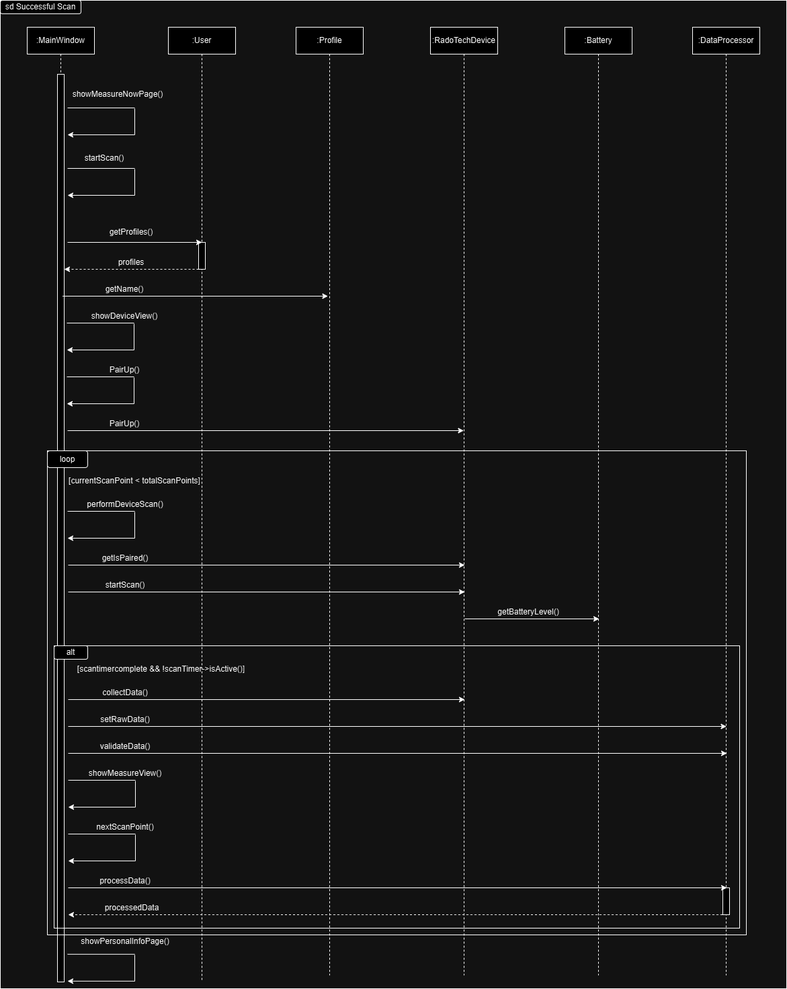
This is Sequence Diagrams/Successful_Scan.png from abdelshafei/Team26RaDoTechSimulation, a draw.io export, as it was before one commit. Source tidied: cells renumbered, new cells last; positions are measured from the earlier drawing's top-left corner, leaving out a move shared by most shapes.
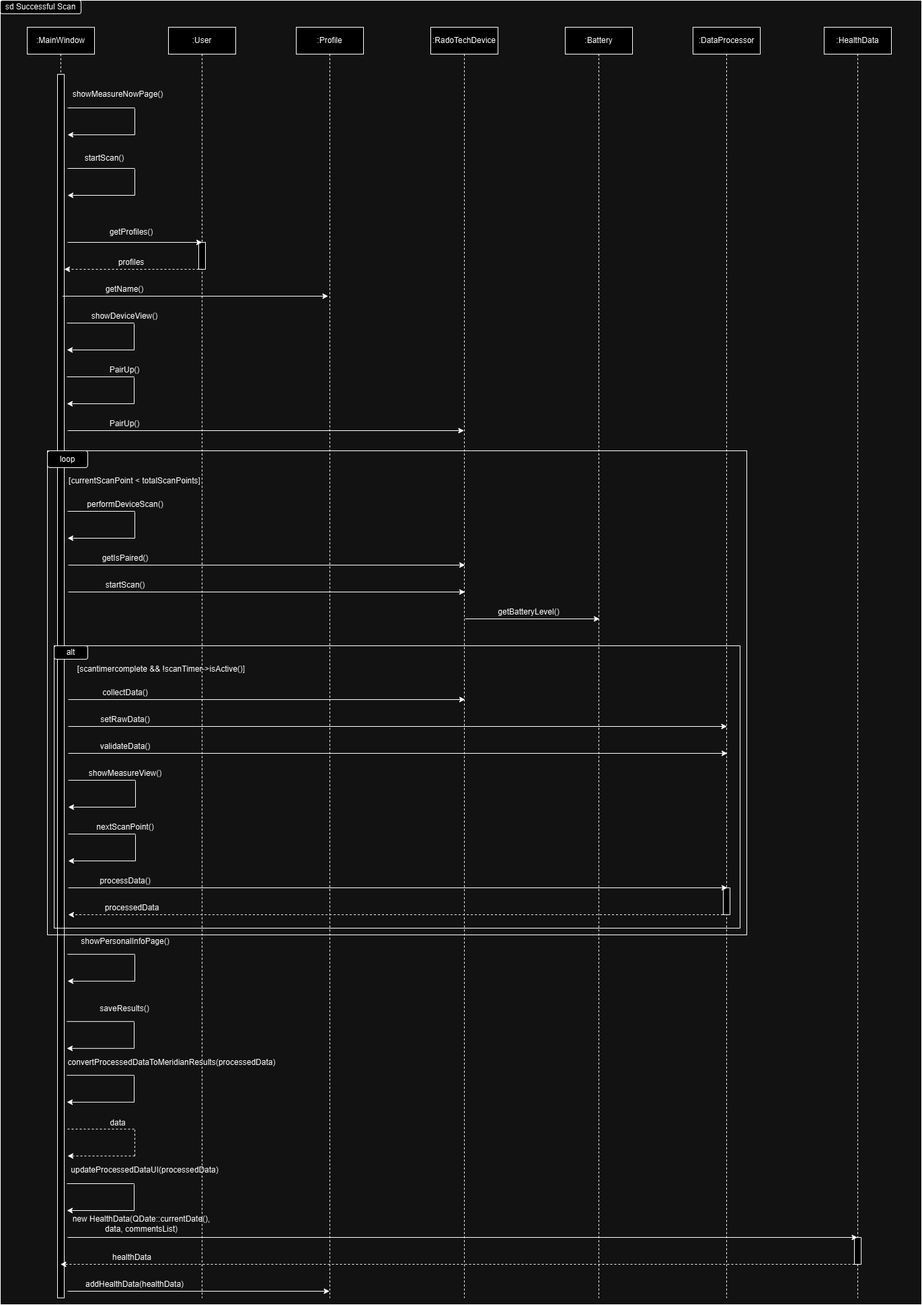
After the change.

Commit message:
Updated Succ Scan

Change to the diagram source:
```diff
@@ -3,13 +3,13 @@
     <mxCell id="0" />
     <mxCell id="1" parent="0" />
     <mxCell id="2" value=":MainWindow" style="shape=umlLifeline;perimeter=lifelinePerimeter;whiteSpace=wrap;html=1;outlineConnect=0;portConstraint=eastwest;newEdgeStyle={&quot;edgeStyle&quot;:&quot;elbowEdgeStyle&quot;,&quot;elbow&quot;:&quot;vertical&quot;,&quot;curved&quot;:0,&quot;rounded&quot;:0};" parent="1" vertex="1">
-      <mxGeometry x="40" y="40" width="100" height="1420" as="geometry" />
+      <mxGeometry x="40" y="40" width="100" height="1890" as="geometry" />
     </mxCell>
     <mxCell id="3" style="html=1;perimeter=orthogonalPerimeter;targetShapes=umlLifeline;newEdgeStyle={&quot;edgeStyle&quot;:&quot;elbowEdgeStyle&quot;,&quot;elbow&quot;:&quot;vertical&quot;,&quot;curved&quot;:0,&quot;rounded&quot;:0};" parent="2" vertex="1">
-      <mxGeometry x="45" y="70" width="10" height="1350" as="geometry" />
+      <mxGeometry x="45" y="70" width="10" height="1820" as="geometry" />
     </mxCell>
     <mxCell id="4" value=":User" style="shape=umlLifeline;perimeter=lifelinePerimeter;whiteSpace=wrap;html=1;newEdgeStyle={&quot;edgeStyle&quot;:&quot;elbowEdgeStyle&quot;,&quot;elbow&quot;:&quot;vertical&quot;,&quot;curved&quot;:0,&quot;rounded&quot;:0};" parent="1" vertex="1">
-      <mxGeometry x="250" y="40" width="100" height="1420" as="geometry" />
+      <mxGeometry x="250" y="40" width="100" height="1890" as="geometry" />
     </mxCell>
     <mxCell id="5" style="html=1;perimeter=orthogonalPerimeter;targetShapes=umlLifeline;newEdgeStyle={&quot;edgeStyle&quot;:&quot;elbowEdgeStyle&quot;,&quot;elbow&quot;:&quot;vertical&quot;,&quot;curved&quot;:0,&quot;rounded&quot;:0};" parent="4" vertex="1">
       <mxGeometry x="45" y="320" width="10" height="40" as="geometry" />
@@ -87,7 +87,7 @@
       <mxGeometry x="120" y="380" width="150" height="20" as="geometry" />
     </mxCell>
     <mxCell id="20" value=":Profile" style="shape=umlLifeline;perimeter=lifelinePerimeter;whiteSpace=wrap;html=1;outlineConnect=0;portConstraint=eastwest;newEdgeStyle={&quot;edgeStyle&quot;:&quot;elbowEdgeStyle&quot;,&quot;elbow&quot;:&quot;vertical&quot;,&quot;curved&quot;:0,&quot;rounded&quot;:0};" parent="1" vertex="1">
-      <mxGeometry x="440" y="40" width="100" height="1410" as="geometry" />
+      <mxGeometry x="440" y="40" width="100" height="1890" as="geometry" />
     </mxCell>
     <mxCell id="21" style="endArrow=classic;html=1;rounded=0;entryX=0.955;entryY=0.348;entryDx=0;entryDy=0;entryPerimeter=0;" parent="1" edge="1">
       <mxGeometry relative="1" as="geometry">
@@ -99,7 +99,7 @@
       <mxGeometry x="110" y="420" width="150" height="20" as="geometry" />
     </mxCell>
     <mxCell id="23" value=":RadoTechDevice" style="shape=umlLifeline;perimeter=lifelinePerimeter;whiteSpace=wrap;html=1;outlineConnect=0;portConstraint=eastwest;newEdgeStyle={&quot;edgeStyle&quot;:&quot;elbowEdgeStyle&quot;,&quot;elbow&quot;:&quot;vertical&quot;,&quot;curved&quot;:0,&quot;rounded&quot;:0};" parent="1" vertex="1">
-      <mxGeometry x="640" y="40" width="100" height="1410" as="geometry" />
+      <mxGeometry x="640" y="40" width="100" height="1890" as="geometry" />
     </mxCell>
     <mxCell id="24" style="endArrow=none;html=1;rounded=0;" parent="1" edge="1">
       <mxGeometry relative="1" as="geometry">
@@ -191,7 +191,7 @@
       <mxGeometry x="131" y="860" width="110" height="20" as="geometry" />
     </mxCell>
     <mxCell id="42" value=":Battery" style="shape=umlLifeline;perimeter=lifelinePerimeter;whiteSpace=wrap;html=1;newEdgeStyle={&quot;edgeStyle&quot;:&quot;elbowEdgeStyle&quot;,&quot;elbow&quot;:&quot;vertical&quot;,&quot;curved&quot;:0,&quot;rounded&quot;:0};" parent="1" vertex="1">
-      <mxGeometry x="840" y="40" width="100" height="1410" as="geometry" />
+      <mxGeometry x="840" y="40" width="100" height="1890" as="geometry" />
     </mxCell>
     <mxCell id="43" style="endArrow=classic;html=1;rounded=0;" parent="1" edge="1">
       <mxGeometry relative="1" as="geometry">
@@ -212,7 +212,7 @@
       <mxGeometry x="131" y="1020" width="110" height="20" as="geometry" />
     </mxCell>
     <mxCell id="47" value=":DataProcessor" style="shape=umlLifeline;perimeter=lifelinePerimeter;whiteSpace=wrap;html=1;newEdgeStyle={&quot;edgeStyle&quot;:&quot;elbowEdgeStyle&quot;,&quot;elbow&quot;:&quot;vertical&quot;,&quot;curved&quot;:0,&quot;rounded&quot;:0};" parent="1" vertex="1">
-      <mxGeometry x="1030" y="40" width="100" height="1410" as="geometry" />
+      <mxGeometry x="1030" y="40" width="100" height="1890" as="geometry" />
     </mxCell>
     <mxCell id="48" value="&lt;span style=&quot;color: rgba(0, 0, 0, 0); font-family: monospace; font-size: 0px; text-align: start;&quot;&gt;%3CmxGraphModel%3E%3Croot%3E%3CmxCell%20id%3D%220%22%2F%3E%3CmxCell%20id%3D%221%22%20parent%3D%220%22%2F%3E%3CmxCell%20id%3D%222%22%20value%3D%22%22%20style%3D%22endArrow%3Dclassic%3Bhtml%3D1%3Brounded%3D0%3B%22%20edge%3D%221%22%20parent%3D%221%22%3E%3CmxGeometry%20width%3D%2250%22%20height%3D%2250%22%20relative%3D%221%22%20as%3D%22geometry%22%3E%3CmxPoint%20x%3D%22100%22%20y%3D%22600%22%20as%3D%22sourcePoint%22%2F%3E%3CmxPoint%20x%3D%22300%22%20y%3D%22600%22%20as%3D%22targetPoint%22%2F%3E%3C%2FmxGeometry%3E%3C%2FmxCell%3E%3CmxCell%20id%3D%223%22%20value%3D%22addProfile(newProfile)%22%20style%3D%22text%3Bhtml%3D1%3Balign%3Dcenter%3BverticalAlign%3Dmiddle%3BwhiteSpace%3Dwrap%3Brounded%3D0%3B%22%20vertex%3D%221%22%20parent%3D%221%22%3E%3CmxGeometry%20x%3D%22120%22%20y%3D%22580%22%20width%3D%22150%22%20height%3D%2220%22%20as%3D%22geometry%22%2F%3E%3C%2FmxCell%3E%3C%2Froot%3E%3C%2FmxGraphModel%3E&lt;/span&gt;" style="html=1;perimeter=orthogonalPerimeter;targetShapes=umlLifeline;newEdgeStyle={&quot;edgeStyle&quot;:&quot;elbowEdgeStyle&quot;,&quot;elbow&quot;:&quot;vertical&quot;,&quot;curved&quot;:0,&quot;rounded&quot;:0};" parent="47" vertex="1">
       <mxGeometry x="45" y="1280" width="10" height="40" as="geometry" />
@@ -338,7 +338,121 @@
       <mxGeometry x="80" y="960" width="50" height="20" as="geometry" />
     </mxCell>
     <mxCell id="76" style="rounded=0;whiteSpace=wrap;html=1;fillColor=none;" parent="1" vertex="1">
-      <mxGeometry width="1170" height="1470" as="geometry" />
+      <mxGeometry width="1370" height="1940" as="geometry" />
     </mxCell>
+    <mxCell id="77" style="endArrow=none;html=1;rounded=0;" parent="1" edge="1">
+      <mxGeometry relative="1" as="geometry">
+        <mxPoint x="199" y="1558.8" as="sourcePoint" />
+        <mxPoint x="199" y="1519.8" as="targetPoint" />
+      </mxGeometry>
+    </mxCell>
+    <mxCell id="78" style="endArrow=classic;html=1;rounded=0;" parent="1" edge="1">
+      <mxGeometry relative="1" as="geometry">
+        <mxPoint x="199" y="1558.8" as="sourcePoint" />
+        <mxPoint x="99" y="1558.8" as="targetPoint" />
+      </mxGeometry>
+    </mxCell>
+    <mxCell id="79" style="endArrow=none;html=1;rounded=0;" parent="1" edge="1">
+      <mxGeometry relative="1" as="geometry">
+        <mxPoint x="99" y="1518.8" as="sourcePoint" />
+        <mxPoint x="199" y="1518.8" as="targetPoint" />
+      </mxGeometry>
+    </mxCell>
+    <mxCell id="80" value="saveResults()" style="text;html=1;align=center;verticalAlign=middle;whiteSpace=wrap;rounded=0;" parent="1" vertex="1">
+      <mxGeometry x="130" y="1490" width="110" height="20" as="geometry" />
+    </mxCell>
+    <mxCell id="81" style="endArrow=none;html=1;rounded=0;dashed=1;" parent="1" edge="1">
+      <mxGeometry relative="1" as="geometry">
+        <mxPoint x="200" y="1718.8" as="sourcePoint" />
+        <mxPoint x="200" y="1679.8" as="targetPoint" />
+      </mxGeometry>
+    </mxCell>
+    <mxCell id="82" style="endArrow=classic;html=1;rounded=0;dashed=1;" parent="1" edge="1">
+      <mxGeometry relative="1" as="geometry">
+        <mxPoint x="200" y="1718.8" as="sourcePoint" />
+        <mxPoint x="100" y="1718.8" as="targetPoint" />
+      </mxGeometry>
+    </mxCell>
+    <mxCell id="83" style="endArrow=none;html=1;rounded=0;dashed=1;" parent="1" edge="1">
+      <mxGeometry relative="1" as="geometry">
+        <mxPoint x="100" y="1678.8" as="sourcePoint" />
+        <mxPoint x="200" y="1678.8" as="targetPoint" />
+      </mxGeometry>
+    </mxCell>
+    <mxCell id="84" value="data" style="text;html=1;align=center;verticalAlign=middle;whiteSpace=wrap;rounded=0;" parent="1" vertex="1">
+      <mxGeometry x="120" y="1660" width="110" height="20" as="geometry" />
+    </mxCell>
+    <mxCell id="85" style="endArrow=none;html=1;rounded=0;" parent="1" edge="1">
+      <mxGeometry relative="1" as="geometry">
+        <mxPoint x="199" y="1638.8" as="sourcePoint" />
+        <mxPoint x="199" y="1599.8" as="targetPoint" />
+      </mxGeometry>
+    </mxCell>
+    <mxCell id="86" style="endArrow=classic;html=1;rounded=0;" parent="1" edge="1">
+      <mxGeometry relative="1" as="geometry">
+        <mxPoint x="199" y="1638.8" as="sourcePoint" />
+        <mxPoint x="99" y="1638.8" as="targetPoint" />
+      </mxGeometry>
+    </mxCell>
+    <mxCell id="87" style="endArrow=none;html=1;rounded=0;" parent="1" edge="1">
+      <mxGeometry relative="1" as="geometry">
+        <mxPoint x="99" y="1598.8" as="sourcePoint" />
+        <mxPoint x="199" y="1598.8" as="targetPoint" />
+      </mxGeometry>
+    </mxCell>
+    <mxCell id="88" value="convertProcessedDataToMeridianResults(processedData)" style="text;html=1;align=center;verticalAlign=middle;whiteSpace=wrap;rounded=0;" parent="1" vertex="1">
+      <mxGeometry x="200" y="1570" width="110" height="20" as="geometry" />
+    </mxCell>
+    <mxCell id="89" value=":HealthData" style="shape=umlLifeline;perimeter=lifelinePerimeter;whiteSpace=wrap;html=1;outlineConnect=0;portConstraint=eastwest;newEdgeStyle={&quot;edgeStyle&quot;:&quot;elbowEdgeStyle&quot;,&quot;elbow&quot;:&quot;vertical&quot;,&quot;curved&quot;:0,&quot;rounded&quot;:0};" parent="1" vertex="1">
+      <mxGeometry x="1225" y="40" width="100" height="1890" as="geometry" />
+    </mxCell>
+    <mxCell id="90" value="&lt;span style=&quot;color: rgba(0, 0, 0, 0); font-family: monospace; font-size: 0px; text-align: start;&quot;&gt;%3CmxGraphModel%3E%3Croot%3E%3CmxCell%20id%3D%220%22%2F%3E%3CmxCell%20id%3D%221%22%20parent%3D%220%22%2F%3E%3CmxCell%20id%3D%222%22%20value%3D%22%22%20style%3D%22endArrow%3Dclassic%3Bhtml%3D1%3Brounded%3D0%3B%22%20edge%3D%221%22%20parent%3D%221%22%3E%3CmxGeometry%20width%3D%2250%22%20height%3D%2250%22%20relative%3D%221%22%20as%3D%22geometry%22%3E%3CmxPoint%20x%3D%22100%22%20y%3D%22600%22%20as%3D%22sourcePoint%22%2F%3E%3CmxPoint%20x%3D%22300%22%20y%3D%22600%22%20as%3D%22targetPoint%22%2F%3E%3C%2FmxGeometry%3E%3C%2FmxCell%3E%3CmxCell%20id%3D%223%22%20value%3D%22addProfile(newProfile)%22%20style%3D%22text%3Bhtml%3D1%3Balign%3Dcenter%3BverticalAlign%3Dmiddle%3BwhiteSpace%3Dwrap%3Brounded%3D0%3B%22%20vertex%3D%221%22%20parent%3D%221%22%3E%3CmxGeometry%20x%3D%22120%22%20y%3D%22580%22%20width%3D%22150%22%20height%3D%2220%22%20as%3D%22geometry%22%2F%3E%3C%2FmxCell%3E%3C%2Froot%3E%3C%2FmxGraphModel%3E&lt;/span&gt;" style="html=1;perimeter=orthogonalPerimeter;targetShapes=umlLifeline;newEdgeStyle={&quot;edgeStyle&quot;:&quot;elbowEdgeStyle&quot;,&quot;elbow&quot;:&quot;vertical&quot;,&quot;curved&quot;:0,&quot;rounded&quot;:0};" parent="89" vertex="1">
+      <mxGeometry x="45" y="1800" width="10" height="40" as="geometry" />
+    </mxCell>
+    <mxCell id="91" style="endArrow=none;html=1;rounded=0;" parent="1" edge="1">
+      <mxGeometry relative="1" as="geometry">
+        <mxPoint x="199" y="1800" as="sourcePoint" />
+        <mxPoint x="199" y="1761" as="targetPoint" />
+      </mxGeometry>
+    </mxCell>
+    <mxCell id="92" style="endArrow=classic;html=1;rounded=0;" parent="1" edge="1">
+      <mxGeometry relative="1" as="geometry">
+        <mxPoint x="199" y="1800" as="sourcePoint" />
+        <mxPoint x="99" y="1800" as="targetPoint" />
+      </mxGeometry>
+    </mxCell>
+    <mxCell id="93" style="endArrow=none;html=1;rounded=0;" parent="1" edge="1">
+      <mxGeometry relative="1" as="geometry">
+        <mxPoint x="99" y="1760" as="sourcePoint" />
+        <mxPoint x="199" y="1760" as="targetPoint" />
+      </mxGeometry>
+    </mxCell>
+    <mxCell id="94" value="updateProcessedDataUI(processedData)" style="text;html=1;align=center;verticalAlign=middle;whiteSpace=wrap;rounded=0;" parent="1" vertex="1">
+      <mxGeometry x="160" y="1730" width="110" height="20" as="geometry" />
+    </mxCell>
+    <mxCell id="95" style="endArrow=classic;html=1;rounded=0;" parent="1" edge="1" target="89">
+      <mxGeometry relative="1" as="geometry">
+        <mxPoint x="100" y="1840" as="sourcePoint" />
+      </mxGeometry>
+    </mxCell>
+    <mxCell id="96" value="new HealthData(QDate::currentDate(), data, commentsList)" style="text;html=1;align=center;verticalAlign=middle;whiteSpace=wrap;rounded=0;" parent="1" vertex="1">
+      <mxGeometry x="100" y="1810" width="220" height="20" as="geometry" />
+    </mxCell>
+    <mxCell id="97" style="endArrow=classic;html=1;rounded=0;dashed=1;" parent="1" edge="1" target="2">
+      <mxGeometry relative="1" as="geometry">
+        <mxPoint x="1270" y="1880" as="sourcePoint" />
+      </mxGeometry>
+    </mxCell>
+    <mxCell id="98" value="healthData" style="text;html=1;align=center;verticalAlign=middle;whiteSpace=wrap;rounded=0;" parent="1" vertex="1">
+      <mxGeometry x="86" y="1860" width="220" height="20" as="geometry" />
+    </mxCell>
+    <mxCell id="99" style="endArrow=classic;html=1;rounded=0;" parent="1" edge="1" target="20">
+      <mxGeometry relative="1" as="geometry">
+        <mxPoint x="100" y="1920" as="sourcePoint" />
+      </mxGeometry>
+    </mxCell>
+    <mxCell id="100" value="addHealthData(healthData)" style="text;html=1;align=center;verticalAlign=middle;whiteSpace=wrap;rounded=0;" parent="1" vertex="1">
+      <mxGeometry x="90" y="1900" width="220" height="20" as="geometry" />
+    </mxCell>
   </root>
 </mxGraphModel>
```
